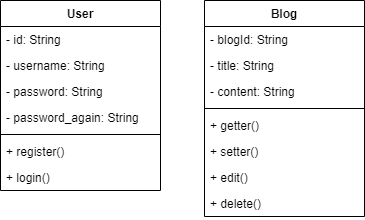
The draw.io diagram class.drawio.png in kittymimi/myspring, before a commit. Source tidied: cells renumbered, new cells last; positions are measured from the earlier drawing's top-left corner, leaving out a move shared by most shapes.
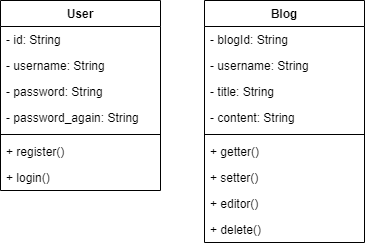
The same diagram one commit later.

Diff of the diagram source:
```diff
@@ -27,31 +27,34 @@
       <mxGeometry y="164" width="160" height="26" as="geometry" />
     </mxCell>
     <mxCell id="10" value="Blog" style="swimlane;fontStyle=1;align=center;verticalAlign=top;horizontal=1;startSize=26;" parent="1" vertex="1">
-      <mxGeometry x="204" width="160" height="216" as="geometry" />
+      <mxGeometry x="204" width="160" height="242" as="geometry" />
     </mxCell>
     <mxCell id="11" value="- blogId: String " style="text;strokeColor=none;fillColor=none;align=left;verticalAlign=top;spacingLeft=4;spacingRight=4;overflow=hidden;" parent="10" vertex="1">
       <mxGeometry y="26" width="160" height="26" as="geometry" />
     </mxCell>
+    <mxCell id="19" value="- username: String" style="text;strokeColor=none;fillColor=none;align=left;verticalAlign=top;spacingLeft=4;spacingRight=4;overflow=hidden;" parent="10" vertex="1">
+      <mxGeometry y="52" width="160" height="26" as="geometry" />
+    </mxCell>
     <mxCell id="12" value="- title: String " style="text;strokeColor=none;fillColor=none;align=left;verticalAlign=top;spacingLeft=4;spacingRight=4;overflow=hidden;" parent="10" vertex="1">
-      <mxGeometry y="52" width="160" height="26" as="geometry" />
+      <mxGeometry y="78" width="160" height="26" as="geometry" />
     </mxCell>
     <mxCell id="13" value="- content: String " style="text;strokeColor=none;fillColor=none;align=left;verticalAlign=top;spacingLeft=4;spacingRight=4;overflow=hidden;" parent="10" vertex="1">
-      <mxGeometry y="78" width="160" height="26" as="geometry" />
+      <mxGeometry y="104" width="160" height="26" as="geometry" />
     </mxCell>
     <mxCell id="14" style="line;strokeWidth=1;fillColor=none;align=left;verticalAlign=middle;spacingTop=-1;spacingLeft=3;spacingRight=3;labelPosition=right;" parent="10" vertex="1">
-      <mxGeometry y="104" width="160" height="8" as="geometry" />
+      <mxGeometry y="130" width="160" height="8" as="geometry" />
     </mxCell>
     <mxCell id="15" value="+ getter()" style="text;strokeColor=none;fillColor=none;align=left;verticalAlign=top;spacingLeft=4;spacingRight=4;overflow=hidden;" parent="10" vertex="1">
-      <mxGeometry y="112" width="160" height="26" as="geometry" />
+      <mxGeometry y="138" width="160" height="26" as="geometry" />
     </mxCell>
     <mxCell id="16" value="+ setter()" style="text;strokeColor=none;fillColor=none;align=left;verticalAlign=top;spacingLeft=4;spacingRight=4;overflow=hidden;" parent="10" vertex="1">
-      <mxGeometry y="138" width="160" height="26" as="geometry" />
+      <mxGeometry y="164" width="160" height="26" as="geometry" />
     </mxCell>
-    <mxCell id="17" value="+ edit()" style="text;strokeColor=none;fillColor=none;align=left;verticalAlign=top;spacingLeft=4;spacingRight=4;overflow=hidden;" parent="10" vertex="1">
-      <mxGeometry y="164" width="160" height="26" as="geometry" />
+    <mxCell id="17" value="+ editor()" style="text;strokeColor=none;fillColor=none;align=left;verticalAlign=top;spacingLeft=4;spacingRight=4;overflow=hidden;" parent="10" vertex="1">
+      <mxGeometry y="190" width="160" height="26" as="geometry" />
     </mxCell>
     <mxCell id="18" value="+ delete()" style="text;strokeColor=none;fillColor=none;align=left;verticalAlign=top;spacingLeft=4;spacingRight=4;overflow=hidden;" parent="10" vertex="1">
-      <mxGeometry y="190" width="160" height="26" as="geometry" />
+      <mxGeometry y="216" width="160" height="26" as="geometry" />
     </mxCell>
   </root>
 </mxGraphModel>
```
